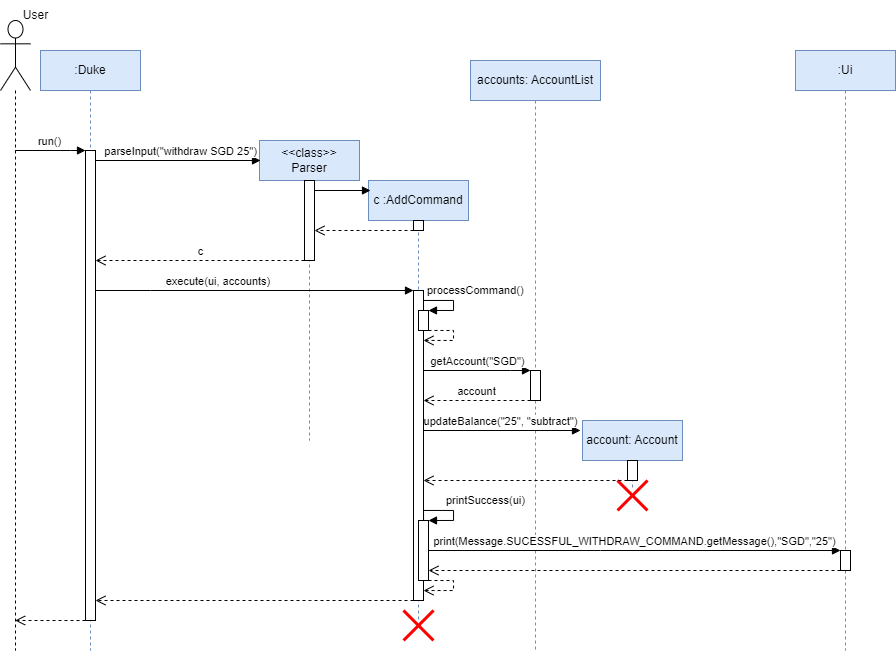
woowenjun99/tp keeps this draw.io diagram as docs/images/WithdrawCommandSeqDiagram.png. Above is the earlier version. Source tidied: cells renumbered, new cells last; positions are measured from the earlier drawing's top-left corner, leaving out a move shared by most shapes.
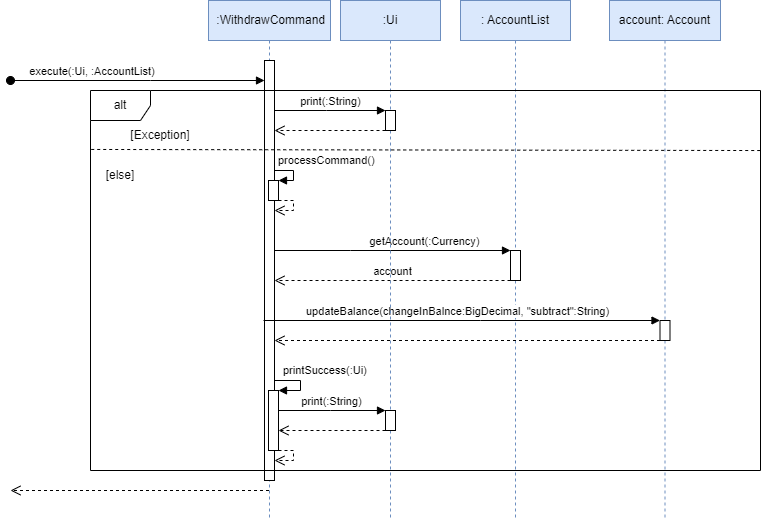
The same file after the commit.

Commit message:
Edit Add/Withdraw sequence diagram

What changed in the source:
```diff
@@ -2,210 +2,178 @@
   <root>
     <mxCell id="0" />
     <mxCell id="1" parent="0" />
-    <mxCell id="2" style="shape=umlLifeline;perimeter=lifelinePerimeter;whiteSpace=wrap;html=1;outlineConnect=0;portConstraint=eastwest;newEdgeStyle={&quot;edgeStyle&quot;:&quot;elbowEdgeStyle&quot;,&quot;elbow&quot;:&quot;vertical&quot;,&quot;curved&quot;:0,&quot;rounded&quot;:0};participant=umlActor;size=70;" parent="1" vertex="1">
-      <mxGeometry y="20" width="30" height="630" as="geometry" />
-    </mxCell>
-    <mxCell id="3" value="User" style="text;html=1;align=center;verticalAlign=middle;strokeColor=none;fillColor=none;" parent="1" vertex="1">
-      <mxGeometry x="10" width="50" height="30" as="geometry" />
-    </mxCell>
-    <mxCell id="4" value="run()" style="html=1;verticalAlign=bottom;endArrow=block;edgeStyle=elbowEdgeStyle;elbow=vertical;curved=0;rounded=0;" parent="1" edge="1" source="2" target="7">
-      <mxGeometry relative="1" as="geometry">
-        <Array as="points">
-          <mxPoint x="70" y="150" />
-        </Array>
-      </mxGeometry>
-    </mxCell>
-    <mxCell id="5" style="html=1;verticalAlign=bottom;endArrow=open;dashed=1;endSize=8;edgeStyle=elbowEdgeStyle;elbow=vertical;curved=0;rounded=0;" parent="1" edge="1" source="7" target="2">
-      <mxGeometry relative="1" as="geometry">
-        <Array as="points">
-          <mxPoint x="50" y="620" />
-        </Array>
-      </mxGeometry>
-    </mxCell>
-    <mxCell id="6" value=":Duke" style="shape=umlLifeline;perimeter=lifelinePerimeter;whiteSpace=wrap;html=1;newEdgeStyle={&quot;edgeStyle&quot;:&quot;elbowEdgeStyle&quot;,&quot;elbow&quot;:&quot;vertical&quot;,&quot;curved&quot;:0,&quot;rounded&quot;:0};fillColor=#dae8fc;strokeColor=#6c8ebf;" parent="1" vertex="1">
-      <mxGeometry x="40" y="50" width="100" height="600" as="geometry" />
-    </mxCell>
-    <mxCell id="7" style="html=1;points=[];perimeter=orthogonalPerimeter;outlineConnect=0;targetShapes=umlLifeline;portConstraint=eastwest;newEdgeStyle={&quot;edgeStyle&quot;:&quot;elbowEdgeStyle&quot;,&quot;elbow&quot;:&quot;vertical&quot;,&quot;curved&quot;:0,&quot;rounded&quot;:0};" parent="6" vertex="1">
-      <mxGeometry x="45" y="100" width="10" height="470" as="geometry" />
-    </mxCell>
-    <mxCell id="8" value="&amp;lt;&amp;lt;class&amp;gt;&amp;gt;&lt;br&gt;Parser" style="shape=umlLifeline;perimeter=lifelinePerimeter;whiteSpace=wrap;html=1;newEdgeStyle={&quot;edgeStyle&quot;:&quot;elbowEdgeStyle&quot;,&quot;elbow&quot;:&quot;vertical&quot;,&quot;curved&quot;:0,&quot;rounded&quot;:0};fillColor=#dae8fc;strokeColor=#6c8ebf;" parent="1" vertex="1">
-      <mxGeometry x="259" y="140" width="100" height="300" as="geometry" />
-    </mxCell>
-    <mxCell id="9" style="html=1;points=[];perimeter=orthogonalPerimeter;outlineConnect=0;targetShapes=umlLifeline;portConstraint=eastwest;newEdgeStyle={&quot;edgeStyle&quot;:&quot;elbowEdgeStyle&quot;,&quot;elbow&quot;:&quot;vertical&quot;,&quot;curved&quot;:0,&quot;rounded&quot;:0};" parent="8" vertex="1">
-      <mxGeometry x="45" y="40" width="10" height="80" as="geometry" />
-    </mxCell>
-    <mxCell id="10" value="parseInput(&quot;withdraw SGD 25&quot;)" style="html=1;verticalAlign=bottom;endArrow=block;edgeStyle=elbowEdgeStyle;elbow=vertical;curved=0;rounded=0;" parent="1" edge="1" source="7">
-      <mxGeometry x="0.03" relative="1" as="geometry">
-        <mxPoint x="260" y="160" as="targetPoint" />
-        <Array as="points">
-          <mxPoint x="260" y="160" />
-          <mxPoint x="180" y="160" />
-          <mxPoint x="160" y="160" />
-        </Array>
-      </mxGeometry>
-    </mxCell>
-    <mxCell id="11" value="c" style="html=1;verticalAlign=bottom;endArrow=open;dashed=1;endSize=8;edgeStyle=elbowEdgeStyle;elbow=vertical;curved=0;rounded=0;" parent="1" edge="1" source="9" target="7">
-      <mxGeometry relative="1" as="geometry">
-        <Array as="points">
-          <mxPoint x="220" y="260" />
-        </Array>
-      </mxGeometry>
-    </mxCell>
-    <mxCell id="12" value="c :AddCommand" style="shape=umlLifeline;perimeter=lifelinePerimeter;whiteSpace=wrap;html=1;outlineConnect=0;portConstraint=eastwest;newEdgeStyle={&quot;edgeStyle&quot;:&quot;elbowEdgeStyle&quot;,&quot;elbow&quot;:&quot;vertical&quot;,&quot;curved&quot;:0,&quot;rounded&quot;:0};fillColor=#dae8fc;strokeColor=#6c8ebf;" parent="1" vertex="1">
-      <mxGeometry x="368" y="180" width="100" height="440" as="geometry" />
+    <mxCell id="12" value="&amp;nbsp;:WithdrawCommand" style="shape=umlLifeline;perimeter=lifelinePerimeter;whiteSpace=wrap;html=1;outlineConnect=0;portConstraint=eastwest;newEdgeStyle={&quot;edgeStyle&quot;:&quot;elbowEdgeStyle&quot;,&quot;elbow&quot;:&quot;vertical&quot;,&quot;curved&quot;:0,&quot;rounded&quot;:0};fillColor=#dae8fc;strokeColor=#6c8ebf;" parent="1" vertex="1">
+      <mxGeometry x="368" y="170" width="122" height="520" as="geometry" />
     </mxCell>
-    <mxCell id="13" style="html=1;points=[];perimeter=orthogonalPerimeter;outlineConnect=0;targetShapes=umlLifeline;portConstraint=eastwest;newEdgeStyle={&quot;edgeStyle&quot;:&quot;elbowEdgeStyle&quot;,&quot;elbow&quot;:&quot;vertical&quot;,&quot;curved&quot;:0,&quot;rounded&quot;:0};" parent="12" vertex="1">
-      <mxGeometry x="45" y="40" width="10" height="10" as="geometry" />
-    </mxCell>
     <mxCell id="14" style="html=1;points=[];perimeter=orthogonalPerimeter;outlineConnect=0;targetShapes=umlLifeline;portConstraint=eastwest;newEdgeStyle={&quot;edgeStyle&quot;:&quot;elbowEdgeStyle&quot;,&quot;elbow&quot;:&quot;vertical&quot;,&quot;curved&quot;:0,&quot;rounded&quot;:0};" parent="12" vertex="1">
-      <mxGeometry x="45" y="110" width="10" height="310" as="geometry" />
+      <mxGeometry x="56" y="60" width="10" height="420" as="geometry" />
     </mxCell>
     <mxCell id="15" style="html=1;points=[];perimeter=orthogonalPerimeter;outlineConnect=0;targetShapes=umlLifeline;portConstraint=eastwest;newEdgeStyle={&quot;edgeStyle&quot;:&quot;elbowEdgeStyle&quot;,&quot;elbow&quot;:&quot;vertical&quot;,&quot;curved&quot;:0,&quot;rounded&quot;:0};" parent="12" vertex="1">
-      <mxGeometry x="50" y="130" width="10" height="20" as="geometry" />
+      <mxGeometry x="60" y="180" width="10" height="20" as="geometry" />
     </mxCell>
     <mxCell id="16" value="processCommand()" style="html=1;align=left;spacingLeft=2;endArrow=block;rounded=0;edgeStyle=orthogonalEdgeStyle;curved=0;rounded=0;" parent="12" edge="1" source="14" target="15">
       <mxGeometry x="-1" y="10" relative="1" as="geometry">
         <Array as="points">
-          <mxPoint x="85" y="120" />
-          <mxPoint x="85" y="130" />
+          <mxPoint x="85" y="170" />
+          <mxPoint x="85" y="180" />
         </Array>
       </mxGeometry>
     </mxCell>
     <mxCell id="17" style="html=1;verticalAlign=bottom;endArrow=open;dashed=1;endSize=8;edgeStyle=orthogonalEdgeStyle;elbow=vertical;rounded=0;" parent="12" edge="1" source="15" target="14">
       <mxGeometry relative="1" as="geometry">
         <Array as="points">
-          <mxPoint x="85" y="150" />
-          <mxPoint x="85" y="160" />
+          <mxPoint x="85" y="200" />
+          <mxPoint x="85" y="210" />
         </Array>
       </mxGeometry>
     </mxCell>
     <mxCell id="18" style="html=1;points=[];perimeter=orthogonalPerimeter;outlineConnect=0;targetShapes=umlLifeline;portConstraint=eastwest;newEdgeStyle={&quot;edgeStyle&quot;:&quot;elbowEdgeStyle&quot;,&quot;elbow&quot;:&quot;vertical&quot;,&quot;curved&quot;:0,&quot;rounded&quot;:0};" parent="12" vertex="1">
-      <mxGeometry x="50" y="340" width="10" height="60" as="geometry" />
+      <mxGeometry x="60" y="390" width="10" height="60" as="geometry" />
     </mxCell>
-    <mxCell id="19" value="printSuccess(ui)" style="html=1;align=left;spacingLeft=2;endArrow=block;rounded=0;edgeStyle=orthogonalEdgeStyle;curved=0;rounded=0;" parent="12" edge="1" target="18">
-      <mxGeometry x="-0.14" y="10" relative="1" as="geometry">
-        <mxPoint x="60" y="340" as="sourcePoint" />
+    <mxCell id="19" value="printSuccess(:Ui)" style="html=1;align=left;spacingLeft=2;endArrow=block;rounded=0;edgeStyle=orthogonalEdgeStyle;curved=0;rounded=0;" parent="12" edge="1" source="14" target="18">
+      <mxGeometry x="-0.82" y="10" relative="1" as="geometry">
         <Array as="points">
-          <mxPoint x="55" y="330" />
-          <mxPoint x="85" y="330" />
-          <mxPoint x="85" y="340" />
+          <mxPoint x="92" y="380" />
+          <mxPoint x="92" y="390" />
         </Array>
       </mxGeometry>
     </mxCell>
     <mxCell id="20" style="html=1;verticalAlign=bottom;endArrow=open;dashed=1;endSize=8;edgeStyle=orthogonalEdgeStyle;elbow=vertical;rounded=0;" parent="12" edge="1" source="18" target="14">
       <mxGeometry relative="1" as="geometry">
         <Array as="points">
-          <mxPoint x="85" y="400" />
-          <mxPoint x="85" y="410" />
+          <mxPoint x="85" y="450" />
+          <mxPoint x="85" y="460" />
         </Array>
       </mxGeometry>
     </mxCell>
-    <mxCell id="21" style="shape=umlDestroy;whiteSpace=wrap;html=1;strokeWidth=3;targetShapes=umlLifeline;strokeColor=#FF0000;" parent="12" vertex="1">
-      <mxGeometry x="35" y="430" width="30" height="30" as="geometry" />
-    </mxCell>
-    <mxCell id="22" style="html=1;verticalAlign=bottom;endArrow=block;edgeStyle=elbowEdgeStyle;elbow=vertical;curved=0;rounded=0;" parent="1" edge="1" source="9">
-      <mxGeometry relative="1" as="geometry">
-        <mxPoint x="370" y="190" as="targetPoint" />
-        <Array as="points">
-          <mxPoint x="370" y="190" />
-        </Array>
-      </mxGeometry>
-    </mxCell>
-    <mxCell id="23" style="html=1;verticalAlign=bottom;endArrow=open;dashed=1;endSize=8;edgeStyle=elbowEdgeStyle;elbow=vertical;curved=0;rounded=0;" parent="1" edge="1" source="13" target="9">
-      <mxGeometry relative="1" as="geometry">
-        <Array as="points">
-          <mxPoint x="360" y="230" />
-          <mxPoint x="340" y="200" />
-        </Array>
-      </mxGeometry>
-    </mxCell>
-    <mxCell id="24" value="execute(ui, accounts)&amp;nbsp;" style="html=1;verticalAlign=bottom;endArrow=block;edgeStyle=elbowEdgeStyle;elbow=vertical;curved=0;rounded=0;" parent="1" edge="1" source="7" target="14">
-      <mxGeometry x="-0.22" relative="1" as="geometry">
-        <Array as="points">
-          <mxPoint x="150" y="290" />
-        </Array>
-      </mxGeometry>
-    </mxCell>
-    <mxCell id="25" style="html=1;verticalAlign=bottom;endArrow=open;dashed=1;endSize=8;edgeStyle=elbowEdgeStyle;elbow=vertical;curved=0;rounded=0;" parent="1" edge="1" source="14" target="7">
+    <mxCell id="25" style="html=1;verticalAlign=bottom;endArrow=open;dashed=1;endSize=8;edgeStyle=elbowEdgeStyle;elbow=vertical;curved=0;rounded=0;" parent="1" edge="1" source="12">
       <mxGeometry relative="1" as="geometry">
+        <mxPoint x="170" y="660" as="targetPoint" />
         <Array as="points">
-          <mxPoint x="310" y="600" />
-          <mxPoint x="230" y="510" />
+          <mxPoint x="370" y="660" />
+          <mxPoint x="360" y="630" />
+          <mxPoint x="350" y="640" />
+          <mxPoint x="230" y="550" />
         </Array>
       </mxGeometry>
     </mxCell>
-    <mxCell id="26" value="accounts: AccountList" style="shape=umlLifeline;perimeter=lifelinePerimeter;whiteSpace=wrap;html=1;newEdgeStyle={&quot;edgeStyle&quot;:&quot;elbowEdgeStyle&quot;,&quot;elbow&quot;:&quot;vertical&quot;,&quot;curved&quot;:0,&quot;rounded&quot;:0};fillColor=#dae8fc;strokeColor=#6c8ebf;" parent="1" vertex="1">
-      <mxGeometry x="470" y="60" width="130" height="590" as="geometry" />
+    <mxCell id="26" value=": AccountList" style="shape=umlLifeline;perimeter=lifelinePerimeter;whiteSpace=wrap;html=1;newEdgeStyle={&quot;edgeStyle&quot;:&quot;elbowEdgeStyle&quot;,&quot;elbow&quot;:&quot;vertical&quot;,&quot;curved&quot;:0,&quot;rounded&quot;:0};fillColor=#dae8fc;strokeColor=#6c8ebf;" parent="1" vertex="1">
+      <mxGeometry x="620" y="170" width="110" height="520" as="geometry" />
     </mxCell>
     <mxCell id="27" style="html=1;points=[];perimeter=orthogonalPerimeter;outlineConnect=0;targetShapes=umlLifeline;portConstraint=eastwest;newEdgeStyle={&quot;edgeStyle&quot;:&quot;elbowEdgeStyle&quot;,&quot;elbow&quot;:&quot;vertical&quot;,&quot;curved&quot;:0,&quot;rounded&quot;:0};" parent="26" vertex="1">
-      <mxGeometry x="60" y="310" width="10" height="30" as="geometry" />
+      <mxGeometry x="50" y="250" width="10" height="30" as="geometry" />
     </mxCell>
-    <mxCell id="28" value="getAccount(&quot;SGD&quot;)" style="html=1;verticalAlign=bottom;endArrow=block;edgeStyle=elbowEdgeStyle;elbow=vertical;curved=0;rounded=0;" parent="1" edge="1" source="14" target="27">
-      <mxGeometry relative="1" as="geometry">
+    <mxCell id="28" value="getAccount(:Currency)" style="html=1;verticalAlign=bottom;endArrow=block;edgeStyle=elbowEdgeStyle;elbow=vertical;curved=0;rounded=0;" parent="1" edge="1" source="14" target="27">
+      <mxGeometry x="0.27" relative="1" as="geometry">
         <Array as="points">
-          <mxPoint x="510" y="370" />
+          <mxPoint x="510" y="420" />
         </Array>
       </mxGeometry>
     </mxCell>
     <mxCell id="29" value="account" style="html=1;verticalAlign=bottom;endArrow=open;dashed=1;endSize=8;edgeStyle=elbowEdgeStyle;elbow=vertical;curved=0;rounded=0;" parent="1" edge="1" source="27" target="14">
       <mxGeometry relative="1" as="geometry">
         <Array as="points">
-          <mxPoint x="500" y="400" />
-          <mxPoint x="500" y="400" />
-          <mxPoint x="530" y="410" />
+          <mxPoint x="500" y="450" />
+          <mxPoint x="500" y="450" />
+          <mxPoint x="530" y="460" />
         </Array>
       </mxGeometry>
     </mxCell>
     <mxCell id="30" value="account: Account" style="shape=umlLifeline;perimeter=lifelinePerimeter;whiteSpace=wrap;html=1;newEdgeStyle={&quot;edgeStyle&quot;:&quot;elbowEdgeStyle&quot;,&quot;elbow&quot;:&quot;vertical&quot;,&quot;curved&quot;:0,&quot;rounded&quot;:0};fillColor=#dae8fc;strokeColor=#6c8ebf;" parent="1" vertex="1">
-      <mxGeometry x="582" y="420" width="100" height="70" as="geometry" />
+      <mxGeometry x="769" y="170" width="111" height="520" as="geometry" />
     </mxCell>
     <mxCell id="31" style="html=1;points=[];perimeter=orthogonalPerimeter;outlineConnect=0;targetShapes=umlLifeline;portConstraint=eastwest;newEdgeStyle={&quot;edgeStyle&quot;:&quot;elbowEdgeStyle&quot;,&quot;elbow&quot;:&quot;vertical&quot;,&quot;curved&quot;:0,&quot;rounded&quot;:0};" parent="30" vertex="1">
-      <mxGeometry x="45" y="40" width="10" height="20" as="geometry" />
+      <mxGeometry x="50.5" y="320" width="10" height="20" as="geometry" />
     </mxCell>
-    <mxCell id="32" style="shape=umlDestroy;whiteSpace=wrap;html=1;strokeWidth=3;targetShapes=umlLifeline;strokeColor=#FF0000;" parent="30" vertex="1">
-      <mxGeometry x="35" y="60" width="30" height="30" as="geometry" />
-    </mxCell>
-    <mxCell id="33" value="updateBalance(&quot;25&quot;, &quot;subtract&quot;)" style="html=1;verticalAlign=bottom;endArrow=block;edgeStyle=elbowEdgeStyle;elbow=vertical;curved=0;rounded=0;" parent="1" edge="1" source="14">
+    <mxCell id="33" value="updateBalance(changeInBalnce:BigDecimal, &quot;subtract&quot;:String)" style="html=1;verticalAlign=bottom;endArrow=block;edgeStyle=elbowEdgeStyle;elbow=vertical;curved=0;rounded=0;" parent="1" edge="1" target="31">
       <mxGeometry x="-0.02" relative="1" as="geometry">
-        <mxPoint x="580" y="430" as="targetPoint" />
+        <mxPoint x="423" y="490" as="sourcePoint" />
         <Array as="points">
-          <mxPoint x="580" y="430" />
-          <mxPoint x="660" y="478" />
-          <mxPoint x="660" y="458" />
-          <mxPoint x="610" y="448" />
-          <mxPoint x="560" y="478" />
+          <mxPoint x="640" y="490" />
+          <mxPoint x="660" y="510" />
+          <mxPoint x="580" y="480" />
+          <mxPoint x="660" y="528" />
+          <mxPoint x="660" y="508" />
+          <mxPoint x="610" y="498" />
+          <mxPoint x="560" y="528" />
         </Array>
       </mxGeometry>
     </mxCell>
     <mxCell id="34" style="html=1;verticalAlign=bottom;endArrow=open;dashed=1;endSize=8;edgeStyle=elbowEdgeStyle;elbow=vertical;curved=0;rounded=0;" parent="1" edge="1" source="31" target="14">
       <mxGeometry relative="1" as="geometry">
         <Array as="points">
-          <mxPoint x="510" y="480" />
-          <mxPoint x="530" y="460" />
+          <mxPoint x="670" y="510" />
+          <mxPoint x="510" y="530" />
+          <mxPoint x="530" y="510" />
         </Array>
       </mxGeometry>
     </mxCell>
     <mxCell id="35" value=":Ui" style="shape=umlLifeline;perimeter=lifelinePerimeter;whiteSpace=wrap;html=1;newEdgeStyle={&quot;edgeStyle&quot;:&quot;elbowEdgeStyle&quot;,&quot;elbow&quot;:&quot;vertical&quot;,&quot;curved&quot;:0,&quot;rounded&quot;:0};fillColor=#dae8fc;strokeColor=#6c8ebf;" parent="1" vertex="1">
-      <mxGeometry x="795" y="50" width="100" height="600" as="geometry" />
+      <mxGeometry x="500" y="170" width="100" height="520" as="geometry" />
     </mxCell>
     <mxCell id="36" style="html=1;points=[];perimeter=orthogonalPerimeter;outlineConnect=0;targetShapes=umlLifeline;portConstraint=eastwest;newEdgeStyle={&quot;edgeStyle&quot;:&quot;elbowEdgeStyle&quot;,&quot;elbow&quot;:&quot;vertical&quot;,&quot;curved&quot;:0,&quot;rounded&quot;:0};" parent="35" vertex="1">
-      <mxGeometry x="45" y="500" width="10" height="20" as="geometry" />
+      <mxGeometry x="45" y="410" width="10" height="20" as="geometry" />
     </mxCell>
-    <mxCell id="37" value="print(Message.SUCESSFUL_WITHDRAW_COMMAND.getMessage(),&quot;SGD&quot;,&quot;25&quot;)" style="html=1;verticalAlign=bottom;endArrow=block;edgeStyle=elbowEdgeStyle;elbow=vertical;curved=0;rounded=0;" parent="1" edge="1" source="18" target="36">
+    <mxCell id="37" value="print(:String)" style="html=1;verticalAlign=bottom;endArrow=block;edgeStyle=elbowEdgeStyle;elbow=vertical;curved=0;rounded=0;" parent="1" edge="1" source="18" target="36">
       <mxGeometry relative="1" as="geometry">
         <Array as="points">
-          <mxPoint x="600" y="550" />
-          <mxPoint x="740" y="530" />
+          <mxPoint x="490" y="580" />
+          <mxPoint x="600" y="600" />
+          <mxPoint x="740" y="580" />
         </Array>
       </mxGeometry>
     </mxCell>
     <mxCell id="38" style="html=1;verticalAlign=bottom;endArrow=open;dashed=1;endSize=8;edgeStyle=elbowEdgeStyle;elbow=vertical;curved=0;rounded=0;" parent="1" edge="1" source="36" target="18">
       <mxGeometry relative="1" as="geometry">
         <Array as="points">
-          <mxPoint x="770" y="570" />
-          <mxPoint x="710" y="610" />
+          <mxPoint x="510" y="600" />
+          <mxPoint x="770" y="620" />
+          <mxPoint x="710" y="660" />
         </Array>
       </mxGeometry>
     </mxCell>
+    <mxCell id="39" value="execute(:Ui, :AccountList)&amp;nbsp;" style="html=1;verticalAlign=bottom;startArrow=oval;startFill=1;endArrow=block;startSize=8;edgeStyle=elbowEdgeStyle;elbow=vertical;curved=0;rounded=0;" parent="1" edge="1" target="14">
+      <mxGeometry x="-0.34" relative="1" as="geometry">
+        <mxPoint x="170" y="250" as="sourcePoint" />
+        <Array as="points">
+          <mxPoint x="310" y="250" />
+        </Array>
+      </mxGeometry>
+    </mxCell>
+    <mxCell id="40" value="alt" style="shape=umlFrame;whiteSpace=wrap;html=1;" parent="1" vertex="1">
+      <mxGeometry x="250" y="260" width="670" height="380" as="geometry" />
+    </mxCell>
+    <mxCell id="41" style="endArrow=none;dashed=1;html=1;strokeWidth=1;rounded=0;exitX=0.001;exitY=0.155;exitDx=0;exitDy=0;exitPerimeter=0;entryX=1.002;entryY=0.158;entryDx=0;entryDy=0;entryPerimeter=0;" parent="1" edge="1" target="40">
+      <mxGeometry relative="1" as="geometry">
+        <mxPoint x="250.7" y="319" as="sourcePoint" />
+      </mxGeometry>
+    </mxCell>
+    <mxCell id="42" style="html=1;points=[];perimeter=orthogonalPerimeter;outlineConnect=0;targetShapes=umlLifeline;portConstraint=eastwest;newEdgeStyle={&quot;edgeStyle&quot;:&quot;elbowEdgeStyle&quot;,&quot;elbow&quot;:&quot;vertical&quot;,&quot;curved&quot;:0,&quot;rounded&quot;:0};" parent="1" vertex="1">
+      <mxGeometry x="545" y="280" width="10" height="20" as="geometry" />
+    </mxCell>
+    <mxCell id="43" value="print(:String)" style="html=1;verticalAlign=bottom;endArrow=block;edgeStyle=elbowEdgeStyle;elbow=vertical;curved=0;rounded=0;" parent="1" edge="1" source="14" target="42">
+      <mxGeometry relative="1" as="geometry">
+        <Array as="points">
+          <mxPoint x="486" y="280" />
+          <mxPoint x="596" y="300" />
+          <mxPoint x="736" y="280" />
+        </Array>
+      </mxGeometry>
+    </mxCell>
+    <mxCell id="44" style="html=1;verticalAlign=bottom;endArrow=open;dashed=1;endSize=8;edgeStyle=elbowEdgeStyle;elbow=vertical;curved=0;rounded=0;" parent="1" edge="1" source="42" target="14">
+      <mxGeometry relative="1" as="geometry">
+        <Array as="points">
+          <mxPoint x="506" y="300" />
+          <mxPoint x="766" y="320" />
+          <mxPoint x="706" y="360" />
+        </Array>
+      </mxGeometry>
+    </mxCell>
+    <mxCell id="45" value="[Exception]" style="text;html=1;strokeColor=none;fillColor=none;align=center;verticalAlign=middle;whiteSpace=wrap;rounded=0;" parent="1" vertex="1">
+      <mxGeometry x="290" y="290" width="60" height="30" as="geometry" />
+    </mxCell>
+    <mxCell id="46" value="[else]" style="text;html=1;strokeColor=none;fillColor=none;align=center;verticalAlign=middle;whiteSpace=wrap;rounded=0;" parent="1" vertex="1">
+      <mxGeometry x="250" y="330" width="60" height="30" as="geometry" />
+    </mxCell>
   </root>
 </mxGraphModel>
```
